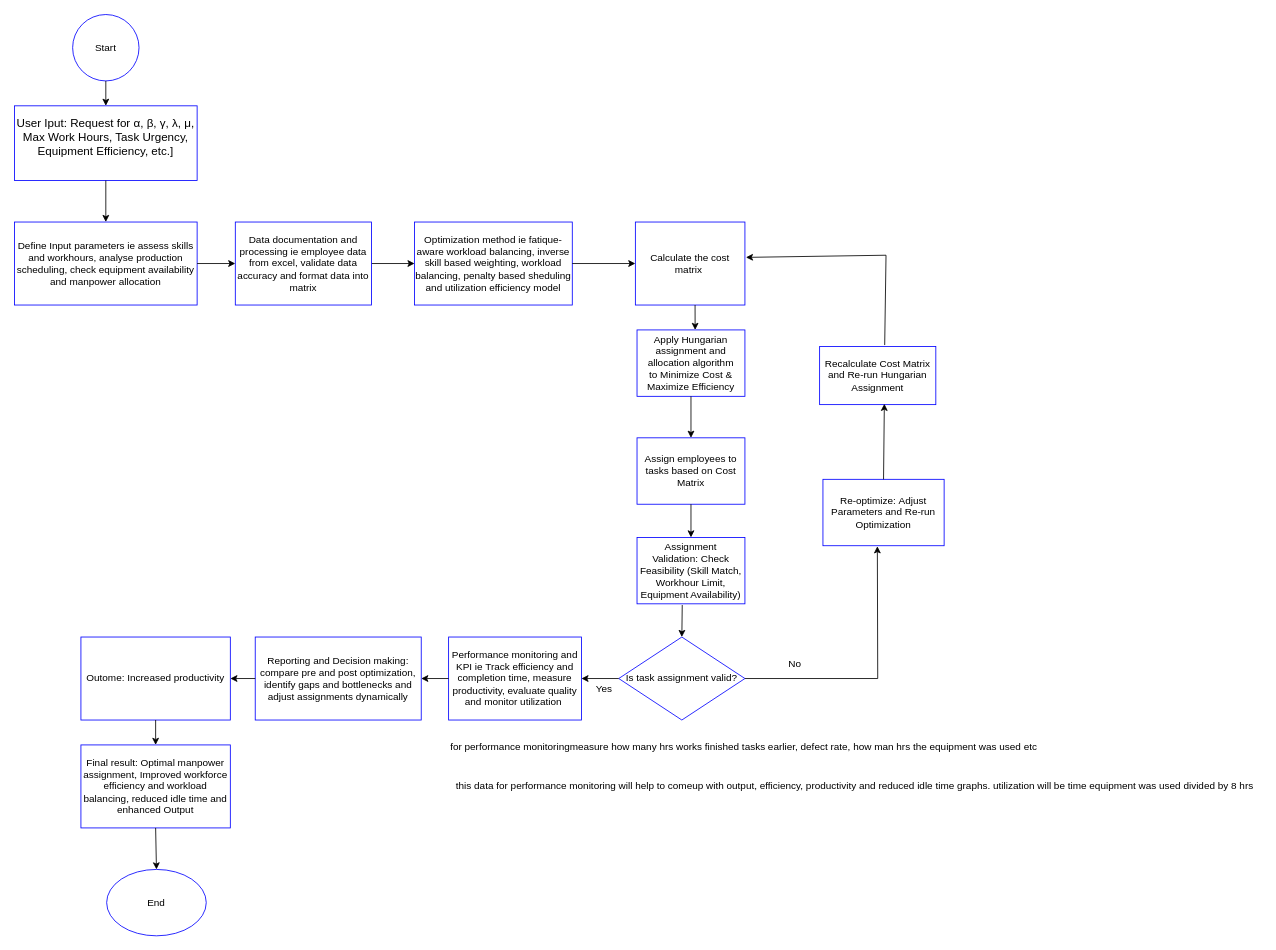
Above: Concept Model.drawio in mataragerald/manpower-optimization (draw.io), before the change. Source tidied: cells renumbered, new cells numbered last; positions are measured from the earlier drawing's top-left corner, leaving out a move shared by most shapes. Both pictures are drawn from the tidied source at 83%, with x=0, y=0 at pixel (14, 14).
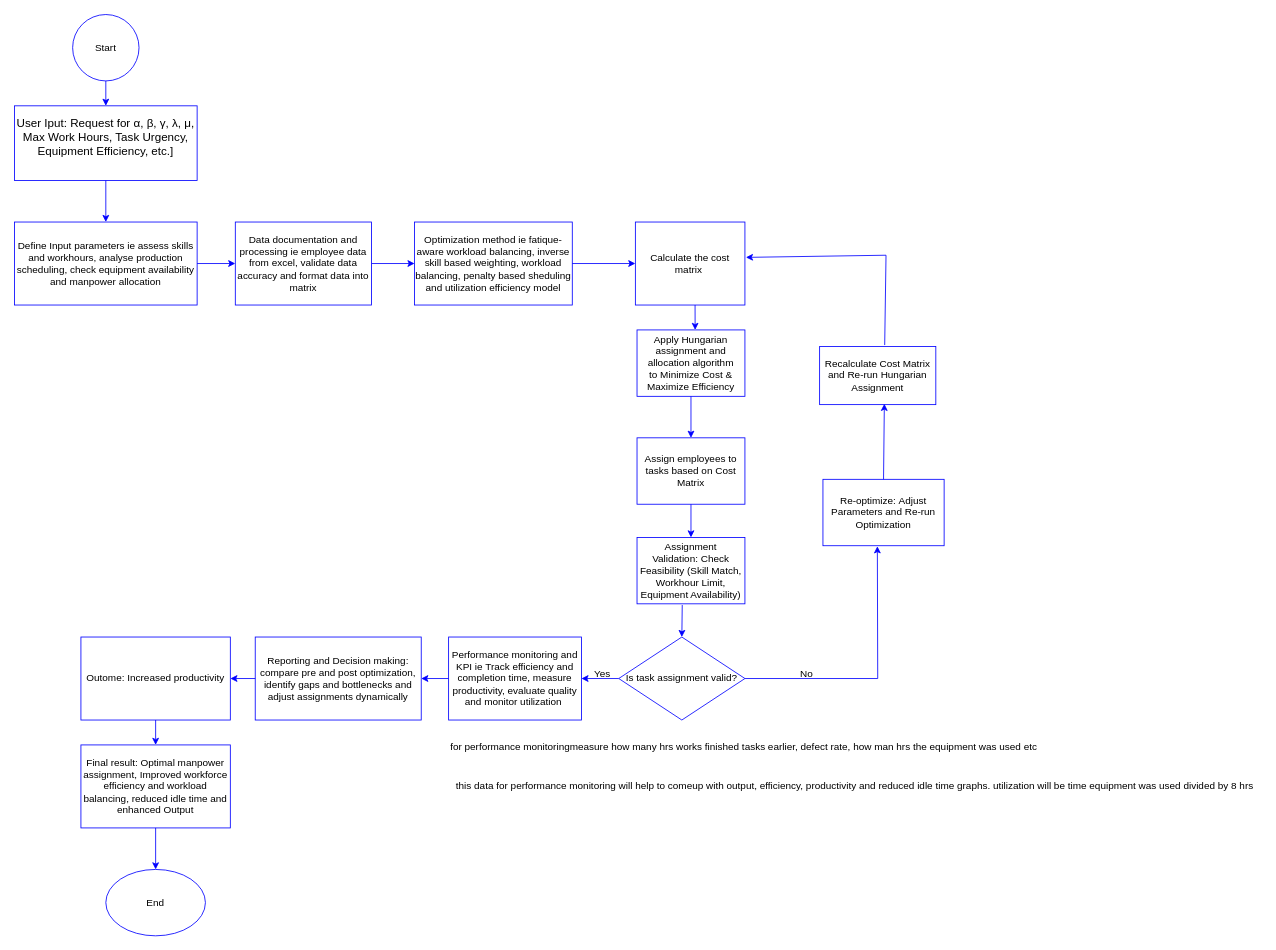
The same diagram, later.

Commit message:
git commit -m" Concept model"

The change refers to these unchanged cells:
```xml
<mxCell id="2" value="Start" style="ellipse;whiteSpace=wrap;html=1;strokeColor=#0000FF;" parent="1" vertex="1">
  <mxGeometry x="70" width="80" height="80" as="geometry" />
</mxCell>
<mxCell id="4" value="&lt;font style=&quot;font-size: 14px;&quot;&gt;User Iput: Request for&amp;nbsp;&lt;/font&gt;&lt;span style=&quot;background-color: transparent; font-size: 14px;&quot;&gt;α, β, γ, λ, μ, Max Work Hours, Task Urgency, Equipment Efficiency, etc.]&lt;/span&gt;&lt;div&gt;&lt;span style=&quot;background-color: transparent;&quot;&gt;&lt;br&gt;&lt;/span&gt;&lt;/div&gt;" style="rounded=0;whiteSpace=wrap;html=1;strokeColor=#0000FF;" parent="1" vertex="1">
  <mxGeometry y="110" width="220" height="90" as="geometry" />
</mxCell>
<mxCell id="5" value="Define Input parameters ie assess skills and workhours, analyse production scheduling, check equipment availability and manpower allocation" style="rounded=0;whiteSpace=wrap;html=1;strokeColor=#0000FF;" parent="1" vertex="1">
  <mxGeometry y="250" width="220" height="100" as="geometry" />
</mxCell>
<mxCell id="7" value="Data documentation and processing ie employee data from excel, validate data accuracy and format data into matrix" style="rounded=0;whiteSpace=wrap;html=1;strokeColor=#0000FF;" parent="1" vertex="1">
  <mxGeometry x="266" y="250" width="164" height="100" as="geometry" />
</mxCell>
<mxCell id="8" value="Optimization method ie fatique-aware workload balancing, inverse skill based weighting, workload balancing, penalty based sheduling and utilization efficiency model" style="rounded=0;whiteSpace=wrap;html=1;strokeColor=#0000FF;" parent="1" vertex="1">
  <mxGeometry x="482" y="250" width="190" height="100" as="geometry" />
</mxCell>
<mxCell id="9" value="Apply Hungarian assignment and allocation algorithm to&amp;nbsp;Minimize Cost &amp;amp; Maximize Efficiency" style="rounded=0;whiteSpace=wrap;html=1;strokeColor=#0000FF;" parent="1" vertex="1">
  <mxGeometry x="750" y="380" width="130" height="80" as="geometry" />
</mxCell>
<mxCell id="10" value="Calculate the cost matrix&amp;nbsp;" style="rounded=0;whiteSpace=wrap;html=1;strokeColor=#0000FF;" parent="1" vertex="1">
  <mxGeometry x="748" y="250" width="132" height="100" as="geometry" />
</mxCell>
<mxCell id="11" value="Assign employees to tasks based on Cost Matrix" style="rounded=0;whiteSpace=wrap;html=1;strokeColor=#0000FF;" parent="1" vertex="1">
  <mxGeometry x="750" y="510" width="130" height="80" as="geometry" />
</mxCell>
<mxCell id="12" value="Assignment Validation:&amp;nbsp;Check Feasibility (Skill Match, Workhour Limit, Equipment Availability)" style="rounded=0;whiteSpace=wrap;html=1;strokeColor=#0000FF;" parent="1" vertex="1">
  <mxGeometry x="750" y="630" width="130" height="80" as="geometry" />
</mxCell>
<mxCell id="13" value="Is task assignment valid?" style="rhombus;whiteSpace=wrap;html=1;strokeColor=#0000FF;" parent="1" vertex="1">
  <mxGeometry x="728" y="750" width="152" height="100" as="geometry" />
</mxCell>
<mxCell id="14" value="Performance monitoring and KPI ie Track efficiency and completion time, measure productivity, evaluate quality and monitor utilization&amp;nbsp;" style="rounded=0;whiteSpace=wrap;html=1;strokeColor=#0000FF;" parent="1" vertex="1">
  <mxGeometry x="523" y="750" width="160" height="100" as="geometry" />
</mxCell>
<mxCell id="15" value="Reporting and Decision making: compare pre and post optimization, identify gaps and bottlenecks and adjust assignments dynamically" style="rounded=0;whiteSpace=wrap;html=1;strokeColor=#0000FF;" parent="1" vertex="1">
  <mxGeometry x="290" y="750" width="200" height="100" as="geometry" />
</mxCell>
<mxCell id="16" value="Outome: Increased productivity" style="rounded=0;whiteSpace=wrap;html=1;strokeColor=#0000FF;" parent="1" vertex="1">
  <mxGeometry x="80" y="750" width="180" height="100" as="geometry" />
</mxCell>
<mxCell id="18" value="Re-optimize:&amp;nbsp;Adjust Parameters and Re-run Optimization" style="rounded=0;whiteSpace=wrap;html=1;strokeColor=#0000FF;" parent="1" vertex="1">
  <mxGeometry x="974" y="560" width="146" height="80" as="geometry" />
</mxCell>
<mxCell id="19" value="Final result: Optimal manpower assignment, Improved workforce efficiency and workload balancing, reduced idle time and enhanced Output" style="rounded=0;whiteSpace=wrap;html=1;strokeColor=#0000FF;" parent="1" vertex="1">
  <mxGeometry x="80" y="880" width="180" height="100" as="geometry" />
</mxCell>
<mxCell id="20" value="Recalculate Cost Matrix and Re-run Hungarian Assignment" style="rounded=0;whiteSpace=wrap;html=1;strokeColor=#0000FF;" parent="1" vertex="1">
  <mxGeometry x="970" y="400" width="140" height="70" as="geometry" />
</mxCell>
```

Diff of the diagram source:
```diff
@@
-    <mxCell id="6" style="edgeStyle=none;html=1;" parent="1" edge="1" source="7" target="8">
+    <mxCell id="6" style="edgeStyle=none;html=1;strokeColor=#0000FF;" parent="1" edge="1" source="7" target="8">
       <mxGeometry relative="1" as="geometry" />
     </mxCell>
@@
     <mxCell id="17" value="End" style="ellipse;whiteSpace=wrap;html=1;strokeColor=#0000FF;" parent="1" vertex="1">
-      <mxGeometry x="111" y="1030" width="120" height="80" as="geometry" />
+      <mxGeometry x="110" y="1030" width="120" height="80" as="geometry" />
     </mxCell>
@@
-    <mxCell id="21" style="endArrow=classic;html=1;exitX=0.5;exitY=1;exitDx=0;exitDy=0;" parent="1" edge="1" source="2">
+    <mxCell id="21" style="endArrow=classic;html=1;exitX=0.5;exitY=1;exitDx=0;exitDy=0;strokeColor=#0000FF;" parent="1" edge="1" source="2">
       <mxGeometry relative="1" as="geometry">
         <mxPoint x="110" y="110" as="targetPoint" />
       </mxGeometry>
     </mxCell>
-    <mxCell id="22" style="endArrow=classic;html=1;exitX=0.5;exitY=1;exitDx=0;exitDy=0;" parent="1" edge="1" source="4" target="5">
+    <mxCell id="22" style="endArrow=classic;html=1;exitX=0.5;exitY=1;exitDx=0;exitDy=0;strokeColor=#0000FF;" parent="1" edge="1" source="4" target="5">
       <mxGeometry relative="1" as="geometry" />
     </mxCell>
-    <mxCell id="23" style="endArrow=classic;html=1;exitX=1;exitY=0.5;exitDx=0;exitDy=0;" parent="1" edge="1" source="5" target="7">
+    <mxCell id="23" style="endArrow=classic;html=1;exitX=1;exitY=0.5;exitDx=0;exitDy=0;strokeColor=#0000FF;" parent="1" edge="1" source="5" target="7">
       <mxGeometry relative="1" as="geometry" />
     </mxCell>
-    <mxCell id="24" style="endArrow=classic;html=1;exitX=1;exitY=0.5;exitDx=0;exitDy=0;entryX=0;entryY=0.5;entryDx=0;entryDy=0;" parent="1" edge="1" source="8" target="10">
+    <mxCell id="24" style="endArrow=classic;html=1;exitX=1;exitY=0.5;exitDx=0;exitDy=0;entryX=0;entryY=0.5;entryDx=0;entryDy=0;strokeColor=#0000FF;" parent="1" edge="1" source="8" target="10">
       <mxGeometry relative="1" as="geometry" />
     </mxCell>
-    <mxCell id="25" style="endArrow=classic;html=1;exitX=0.545;exitY=1;exitDx=0;exitDy=0;exitPerimeter=0;" parent="1" edge="1" source="10">
+    <mxCell id="25" style="endArrow=classic;html=1;exitX=0.545;exitY=1;exitDx=0;exitDy=0;exitPerimeter=0;strokeColor=#0000FF;" parent="1" edge="1" source="10">
       <mxGeometry relative="1" as="geometry">
         <mxPoint x="820" y="380" as="targetPoint" />
       </mxGeometry>
     </mxCell>
-    <mxCell id="26" style="endArrow=classic;html=1;exitX=0.5;exitY=1;exitDx=0;exitDy=0;entryX=0.5;entryY=0;entryDx=0;entryDy=0;" parent="1" edge="1" source="9" target="11">
+    <mxCell id="26" style="endArrow=classic;html=1;exitX=0.5;exitY=1;exitDx=0;exitDy=0;entryX=0.5;entryY=0;entryDx=0;entryDy=0;strokeColor=#0000FF;" parent="1" edge="1" source="9" target="11">
       <mxGeometry relative="1" as="geometry" />
     </mxCell>
-    <mxCell id="27" style="endArrow=classic;html=1;exitX=0.5;exitY=1;exitDx=0;exitDy=0;" parent="1" edge="1" source="11" target="12">
+    <mxCell id="27" style="endArrow=classic;html=1;exitX=0.5;exitY=1;exitDx=0;exitDy=0;strokeColor=#0000FF;" parent="1" edge="1" source="11" target="12">
       <mxGeometry relative="1" as="geometry" />
     </mxCell>
-    <mxCell id="28" style="endArrow=classic;html=1;entryX=0.5;entryY=0;entryDx=0;entryDy=0;exitX=0.419;exitY=1.018;exitDx=0;exitDy=0;exitPerimeter=0;" parent="1" edge="1" source="12" target="13">
+    <mxCell id="28" style="endArrow=classic;html=1;entryX=0.5;entryY=0;entryDx=0;entryDy=0;exitX=0.419;exitY=1.018;exitDx=0;exitDy=0;exitPerimeter=0;strokeColor=#0000FF;" parent="1" edge="1" source="12" target="13">
       <mxGeometry relative="1" as="geometry" />
     </mxCell>
-    <mxCell id="29" style="endArrow=classic;html=1;exitX=0;exitY=0.5;exitDx=0;exitDy=0;entryX=1;entryY=0.5;entryDx=0;entryDy=0;" parent="1" edge="1" source="13" target="14">
+    <mxCell id="29" style="endArrow=classic;html=1;exitX=0;exitY=0.5;exitDx=0;exitDy=0;entryX=1;entryY=0.5;entryDx=0;entryDy=0;strokeColor=#0000FF;" parent="1" edge="1" source="13" target="14">
       <mxGeometry relative="1" as="geometry" />
     </mxCell>
-    <mxCell id="30" style="endArrow=classic;html=1;exitX=0;exitY=0.5;exitDx=0;exitDy=0;" parent="1" edge="1" source="14" target="15">
+    <mxCell id="30" style="endArrow=classic;html=1;exitX=0;exitY=0.5;exitDx=0;exitDy=0;strokeColor=#0000FF;" parent="1" edge="1" source="14" target="15">
       <mxGeometry relative="1" as="geometry" />
     </mxCell>
-    <mxCell id="31" style="endArrow=classic;html=1;exitX=0;exitY=0.5;exitDx=0;exitDy=0;entryX=1;entryY=0.5;entryDx=0;entryDy=0;" parent="1" edge="1" source="15" target="16">
+    <mxCell id="31" style="endArrow=classic;html=1;exitX=0;exitY=0.5;exitDx=0;exitDy=0;entryX=1;entryY=0.5;entryDx=0;entryDy=0;strokeColor=#0000FF;" parent="1" edge="1" source="15" target="16">
       <mxGeometry relative="1" as="geometry" />
     </mxCell>
-    <mxCell id="32" style="endArrow=classic;html=1;exitX=0.5;exitY=1;exitDx=0;exitDy=0;" parent="1" edge="1" source="16" target="19">
+    <mxCell id="32" style="endArrow=classic;html=1;exitX=0.5;exitY=1;exitDx=0;exitDy=0;strokeColor=#0000FF;" parent="1" edge="1" source="16" target="19">
       <mxGeometry relative="1" as="geometry" />
     </mxCell>
-    <mxCell id="33" style="endArrow=classic;html=1;exitX=0.5;exitY=1;exitDx=0;exitDy=0;entryX=0.5;entryY=0;entryDx=0;entryDy=0;" parent="1" edge="1" source="19" target="17">
+    <mxCell id="33" style="endArrow=classic;html=1;exitX=0.5;exitY=1;exitDx=0;exitDy=0;entryX=0.5;entryY=0;entryDx=0;entryDy=0;strokeColor=#0000FF;" parent="1" edge="1" source="19" target="17">
       <mxGeometry relative="1" as="geometry" />
     </mxCell>
-    <mxCell id="34" style="endArrow=none;html=1;exitX=1;exitY=0.5;exitDx=0;exitDy=0;" parent="1" edge="1" source="13">
+    <mxCell id="34" style="endArrow=none;html=1;exitX=1;exitY=0.5;exitDx=0;exitDy=0;strokeColor=#0000FF;" parent="1" edge="1" source="13">
       <mxGeometry relative="1" as="geometry">
         <mxPoint x="1040" y="800" as="targetPoint" />
       </mxGeometry>
     </mxCell>
-    <mxCell id="35" style="endArrow=classic;html=1;entryX=0.449;entryY=1.008;entryDx=0;entryDy=0;entryPerimeter=0;" parent="1" edge="1" target="18">
+    <mxCell id="35" style="endArrow=classic;html=1;entryX=0.449;entryY=1.008;entryDx=0;entryDy=0;entryPerimeter=0;strokeColor=#0000FF;" parent="1" edge="1" target="18">
       <mxGeometry relative="1" as="geometry">
         <mxPoint x="1040" y="800" as="sourcePoint" />
       </mxGeometry>
     </mxCell>
-    <mxCell id="36" style="endArrow=none;html=1;exitX=0.56;exitY=-0.025;exitDx=0;exitDy=0;exitPerimeter=0;" parent="1" edge="1" source="20">
+    <mxCell id="36" style="endArrow=none;html=1;exitX=0.56;exitY=-0.025;exitDx=0;exitDy=0;exitPerimeter=0;strokeColor=#0000FF;" parent="1" edge="1" source="20">
       <mxGeometry relative="1" as="geometry">
         <mxPoint x="1050" y="290" as="targetPoint" />
       </mxGeometry>
     </mxCell>
-    <mxCell id="37" style="endArrow=classic;html=1;entryX=1.009;entryY=0.426;entryDx=0;entryDy=0;entryPerimeter=0;" parent="1" edge="1" target="10">
+    <mxCell id="37" style="endArrow=classic;html=1;entryX=1.009;entryY=0.426;entryDx=0;entryDy=0;entryPerimeter=0;strokeColor=#0000FF;" parent="1" edge="1" target="10">
       <mxGeometry relative="1" as="geometry">
         <mxPoint x="1050" y="290" as="sourcePoint" />
       </mxGeometry>
     </mxCell>
-    <mxCell id="38" style="endArrow=classic;html=1;exitX=0.5;exitY=0;exitDx=0;exitDy=0;entryX=0.557;entryY=0.986;entryDx=0;entryDy=0;entryPerimeter=0;" parent="1" edge="1" source="18" target="20">
+    <mxCell id="38" style="endArrow=classic;html=1;exitX=0.5;exitY=0;exitDx=0;exitDy=0;entryX=0.557;entryY=0.986;entryDx=0;entryDy=0;entryPerimeter=0;strokeColor=#0000FF;" parent="1" edge="1" source="18" target="20">
       <mxGeometry relative="1" as="geometry" />
     </mxCell>
@@
     <mxCell id="41" value="No" style="text;html=1;align=center;verticalAlign=middle;strokeColor=none;fillColor=none;" parent="1" vertex="1">
-      <mxGeometry x="920" y="768" width="40" height="30" as="geometry" />
+      <mxGeometry x="934" y="780" width="40" height="30" as="geometry" />
     </mxCell>
     <mxCell id="42" value="Yes" style="text;html=1;align=center;verticalAlign=middle;strokeColor=none;fillColor=none;" parent="1" vertex="1">
-      <mxGeometry x="690" y="798" width="40" height="30" as="geometry" />
+      <mxGeometry x="688" y="780" width="40" height="30" as="geometry" />
     </mxCell>
```
